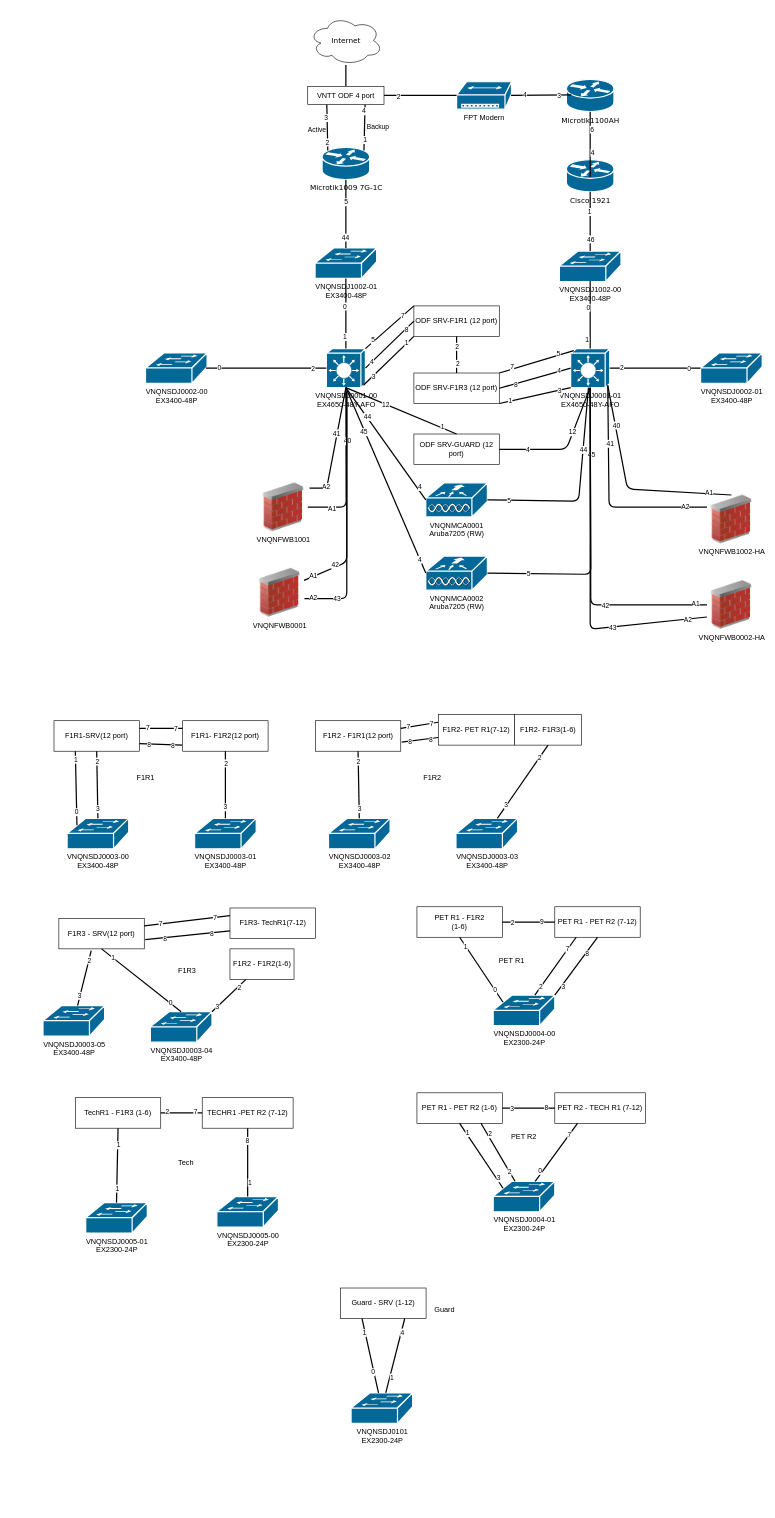
zalai/demo keeps this draw.io diagram as page "All rack" (2 of 3) of Untitled Diagram.drawio. Above is the earlier version. Source tidied: cells renumbered, new cells numbered last; positions are measured from the earlier drawing's top-left corner, leaving out a move shared by most shapes. Both pictures are drawn from the tidied source at 61%, with x=0, y=0 at pixel (43, 16).
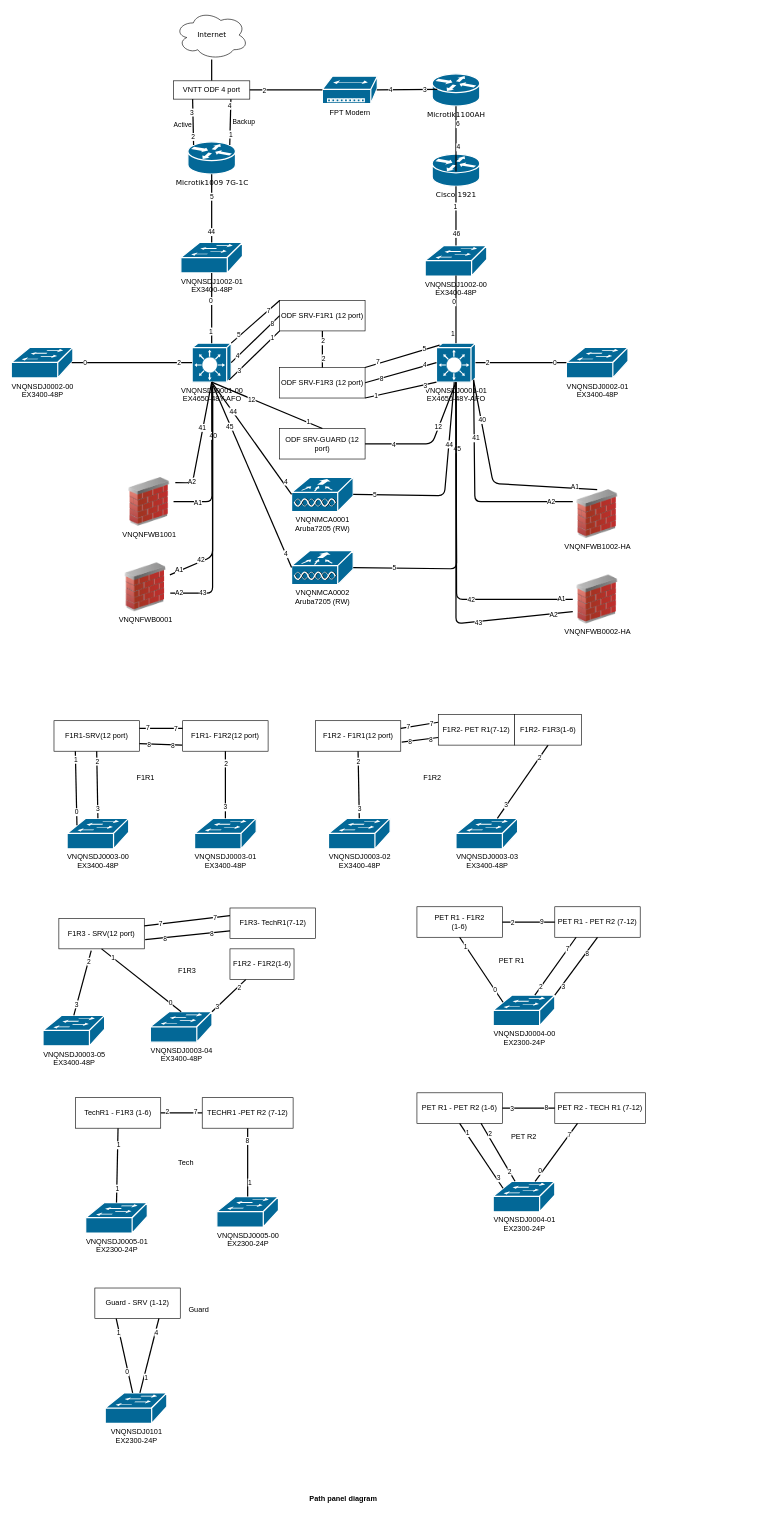
After the change.

Unchanged cells that the change refers to:
```xml
<mxCell id="162" value="F1R3 - SRV(12 port)" style="rounded=0;whiteSpace=wrap;html=1;" parent="1" vertex="1">
  <mxGeometry x="26" y="1479" width="140" height="50" as="geometry" />
</mxCell>
```

Change to the diagram source:
```diff
@@
     <mxCell id="2" value="Internet" style="ellipse;shape=cloud;whiteSpace=wrap;html=1;rounded=0;shadow=0;comic=0;strokeWidth=1;fontFamily=Verdana;fontSize=12;" parent="1" vertex="1">
-      <mxGeometry x="436.5" width="120" height="80" as="geometry" />
+      <mxGeometry x="216.5" y="-9" width="120" height="80" as="geometry" />
     </mxCell>
     <mxCell id="3" value="Microtik1100AH" style="shape=mxgraph.cisco.routers.router;html=1;dashed=0;fillColor=#036897;strokeColor=#ffffff;strokeWidth=2;verticalLabelPosition=bottom;verticalAlign=top;rounded=0;shadow=0;comic=0;fontFamily=Verdana;fontSize=12;" parent="1" vertex="1">
-      <mxGeometry x="858" y="103.5" width="78" height="53" as="geometry" />
+      <mxGeometry x="638" y="94.5" width="78" height="53" as="geometry" />
     </mxCell>
@@
     <mxCell id="5" value="Microtik1009 7G-1C" style="shape=mxgraph.cisco.routers.router;html=1;dashed=0;fillColor=#036897;strokeColor=#ffffff;strokeWidth=2;verticalLabelPosition=bottom;verticalAlign=top;rounded=0;shadow=0;comic=0;fontFamily=Verdana;fontSize=12;" parent="1" vertex="1">
-      <mxGeometry x="457.5" y="215" width="78" height="53" as="geometry" />
+      <mxGeometry x="237.5" y="206" width="78" height="53" as="geometry" />
     </mxCell>
     <mxCell id="6" value="VNQNFWB1002-HA" style="image;html=1;image=img/lib/clip_art/networking/Firewall_02_128x128.png;" parent="1" vertex="1">
-      <mxGeometry x="1088.5" y="785" width="80" height="80" as="geometry" />
+      <mxGeometry x="868.5" y="776" width="80" height="80" as="geometry" />
     </mxCell>
     <mxCell id="7" value="VNQNSDJ1002-00&lt;br&gt;EX3400-48P" style="shape=mxgraph.cisco.switches.workgroup_switch;sketch=0;html=1;dashed=0;fillColor=#036897;strokeColor=#ffffff;strokeWidth=2;verticalLabelPosition=bottom;verticalAlign=top;align=center;outlineConnect=0;" parent="1" vertex="1">
-      <mxGeometry x="846.5" y="385" width="101" height="50" as="geometry" />
+      <mxGeometry x="626.5" y="376" width="101" height="50" as="geometry" />
     </mxCell>
     <mxCell id="8" value="VNQNSDJ0001-00&lt;br&gt;EX4650-48Y-AFO" style="shape=mxgraph.cisco.switches.layer_3_switch;sketch=0;html=1;dashed=0;fillColor=#036897;strokeColor=#ffffff;strokeWidth=2;verticalLabelPosition=bottom;verticalAlign=top;align=center;outlineConnect=0;" parent="1" vertex="1">
-      <mxGeometry x="464.5" y="545" width="64" height="64" as="geometry" />
+      <mxGeometry x="244.5" y="536" width="64" height="64" as="geometry" />
     </mxCell>
     <mxCell id="9" value="FPT Modern" style="shape=mxgraph.cisco.hubs_and_gateways.small_hub;sketch=0;html=1;dashed=0;fillColor=#036897;strokeColor=#ffffff;strokeWidth=2;verticalLabelPosition=bottom;verticalAlign=top;align=center;outlineConnect=0;" parent="1" vertex="1">
-      <mxGeometry x="678" y="107.5" width="90" height="45" as="geometry" />
+      <mxGeometry x="458" y="98.5" width="90" height="45" as="geometry" />
     </mxCell>
     <mxCell id="10" value="VNQNMCA0001&lt;br&gt;Aruba7205 (RW)" style="shape=mxgraph.cisco.wireless.wlan_controller;sketch=0;html=1;dashed=0;fillColor=#036897;strokeColor=#ffffff;strokeWidth=2;verticalLabelPosition=bottom;verticalAlign=top;align=center;outlineConnect=0;" parent="1" vertex="1">
-      <mxGeometry x="627.5" y="765" width="101" height="56" as="geometry" />
+      <mxGeometry x="407.5" y="756" width="101" height="56" as="geometry" />
     </mxCell>
     <mxCell id="11" style="rounded=0;jettySize=auto;html=1;entryX=0.88;entryY=0.1;entryDx=0;entryDy=0;entryPerimeter=0;strokeWidth=2;endArrow=none;endFill=0;" parent="1" edge="1" target="5">
       <mxGeometry relative="1" as="geometry">
-        <mxPoint x="528" y="145" as="sourcePoint" />
+        <mxPoint x="308" y="136" as="sourcePoint" />
       </mxGeometry>
     </mxCell>
@@
     <mxCell id="15" value="VNTT ODF 4 port" style="rounded=0;whiteSpace=wrap;html=1;" parent="1" vertex="1">
-      <mxGeometry x="434" y="115" width="125" height="30" as="geometry" />
+      <mxGeometry x="214" y="106" width="125" height="30" as="geometry" />
     </mxCell>
     <mxCell id="16" value="VNQNFWB0001" style="image;html=1;image=img/lib/clip_art/networking/Firewall_02_128x128.png;" parent="1" vertex="1">
-      <mxGeometry x="348" y="905" width="80" height="80" as="geometry" />
+      <mxGeometry x="128" y="896" width="80" height="80" as="geometry" />
     </mxCell>
     <mxCell id="17" value="VNQNFWB0002-HA" style="image;html=1;image=img/lib/clip_art/networking/Firewall_02_128x128.png;" parent="1" vertex="1">
-      <mxGeometry x="1088.5" y="925" width="80" height="80" as="geometry" />
+      <mxGeometry x="868.5" y="916" width="80" height="80" as="geometry" />
     </mxCell>
     <mxCell id="18" value="VNQNFWB1001" style="image;html=1;image=img/lib/clip_art/networking/Firewall_02_128x128.png;" parent="1" vertex="1">
-      <mxGeometry x="354" y="765" width="80" height="80" as="geometry" />
+      <mxGeometry x="134" y="756" width="80" height="80" as="geometry" />
     </mxCell>
     <mxCell id="19" value="VNQNSDJ0001-01&lt;br&gt;EX4650-48Y-AFO" style="shape=mxgraph.cisco.switches.layer_3_switch;sketch=0;html=1;dashed=0;fillColor=#036897;strokeColor=#ffffff;strokeWidth=2;verticalLabelPosition=bottom;verticalAlign=top;align=center;outlineConnect=0;" parent="1" vertex="1">
-      <mxGeometry x="865" y="545" width="64" height="64" as="geometry" />
+      <mxGeometry x="645" y="536" width="64" height="64" as="geometry" />
     </mxCell>
     <mxCell id="20" value="VNQNSDJ0002-00&lt;br&gt;EX3400-48P" style="shape=mxgraph.cisco.switches.workgroup_switch;sketch=0;html=1;dashed=0;fillColor=#036897;strokeColor=#ffffff;strokeWidth=2;verticalLabelPosition=bottom;verticalAlign=top;align=center;outlineConnect=0;" parent="1" vertex="1">
-      <mxGeometry x="168" y="552" width="101" height="50" as="geometry" />
+      <mxGeometry x="-52" y="543" width="101" height="50" as="geometry" />
     </mxCell>
     <mxCell id="21" value="VNQNSDJ0002-01&lt;br&gt;EX3400-48P" style="shape=mxgraph.cisco.switches.workgroup_switch;sketch=0;html=1;dashed=0;fillColor=#036897;strokeColor=#ffffff;strokeWidth=2;verticalLabelPosition=bottom;verticalAlign=top;align=center;outlineConnect=0;" parent="1" vertex="1">
-      <mxGeometry x="1078" y="552" width="101" height="50" as="geometry" />
+      <mxGeometry x="858" y="543" width="101" height="50" as="geometry" />
     </mxCell>
     <mxCell id="22" value="VNQNSDJ1002-01&lt;br&gt;EX3400-48P" style="shape=mxgraph.cisco.switches.workgroup_switch;sketch=0;html=1;dashed=0;fillColor=#036897;strokeColor=#ffffff;strokeWidth=2;verticalLabelPosition=bottom;verticalAlign=top;align=center;outlineConnect=0;" parent="1" vertex="1">
-      <mxGeometry x="446" y="380" width="101" height="50" as="geometry" />
+      <mxGeometry x="226" y="371" width="101" height="50" as="geometry" />
     </mxCell>
     <mxCell id="23" value="VNQNMCA0002&lt;br&gt;Aruba7205 (RW)" style="shape=mxgraph.cisco.wireless.wlan_controller;sketch=0;html=1;dashed=0;fillColor=#036897;strokeColor=#ffffff;strokeWidth=2;verticalLabelPosition=bottom;verticalAlign=top;align=center;outlineConnect=0;" parent="1" vertex="1">
-      <mxGeometry x="627.5" y="885" width="101" height="56" as="geometry" />
+      <mxGeometry x="407.5" y="876" width="101" height="56" as="geometry" />
     </mxCell>
     <mxCell id="24" value="ODF SRV-F1R1 (12 port)" style="rounded=0;whiteSpace=wrap;html=1;" parent="1" vertex="1">
-      <mxGeometry x="608" y="475" width="140" height="50" as="geometry" />
+      <mxGeometry x="388" y="466" width="140" height="50" as="geometry" />
     </mxCell>
     <mxCell id="25" value="ODF SRV-F1R3 (12 port)" style="rounded=0;whiteSpace=wrap;html=1;" parent="1" vertex="1">
-      <mxGeometry x="608" y="585" width="140" height="50" as="geometry" />
+      <mxGeometry x="388" y="576" width="140" height="50" as="geometry" />
     </mxCell>
     <mxCell id="26" value="ODF SRV-GUARD (12 port)" style="rounded=0;whiteSpace=wrap;html=1;" parent="1" vertex="1">
-      <mxGeometry x="608" y="685" width="140" height="50" as="geometry" />
+      <mxGeometry x="388" y="676" width="140" height="50" as="geometry" />
     </mxCell>
     <mxCell id="27" value="Cisco 1921" style="shape=mxgraph.cisco.routers.router;html=1;dashed=0;fillColor=#036897;strokeColor=#ffffff;strokeWidth=2;verticalLabelPosition=bottom;verticalAlign=top;rounded=0;shadow=0;comic=0;fontFamily=Verdana;fontSize=12;" parent="1" vertex="1">
-      <mxGeometry x="858" y="235" width="78" height="53" as="geometry" />
+      <mxGeometry x="638" y="226" width="78" height="53" as="geometry" />
     </mxCell>
@@
     <mxCell id="37" style="edgeStyle=none;html=1;labelBackgroundColor=none;startFill=0;endArrow=none;endFill=0;strokeWidth=2;fontFamily=Verdana;fontSize=12;exitX=0.5;exitY=0;exitDx=0;exitDy=0;exitPerimeter=0;" parent="1" edge="1" target="3">
       <mxGeometry relative="1" as="geometry">
-        <mxPoint x="897" y="263.5" as="sourcePoint" />
+        <mxPoint x="677" y="254.5" as="sourcePoint" />
       </mxGeometry>
     </mxCell>
@@
     <mxCell id="52" style="edgeStyle=none;html=1;labelBackgroundColor=none;startFill=0;endArrow=none;endFill=0;strokeWidth=2;fontFamily=Verdana;fontSize=12;exitX=0.5;exitY=1;exitDx=0;exitDy=0;entryX=1.036;entryY=0.108;entryDx=0;entryDy=0;exitPerimeter=0;entryPerimeter=0;" parent="1" edge="1" source="8" target="18">
       <mxGeometry relative="1" as="geometry">
         <Array as="points">
-          <mxPoint x="465" y="774" />
+          <mxPoint x="245" y="765" />
         </Array>
       </mxGeometry>
     </mxCell>
@@
     <mxCell id="82" style="edgeStyle=none;html=1;labelBackgroundColor=none;startFill=0;endArrow=none;endFill=0;strokeWidth=2;fontFamily=Verdana;fontSize=12;exitX=1;exitY=0.5;exitDx=0;exitDy=0;exitPerimeter=0;" parent="1" edge="1" source="10" target="19">
       <mxGeometry relative="1" as="geometry">
         <Array as="points">
-          <mxPoint x="878" y="795" />
+          <mxPoint x="658" y="786" />
         </Array>
       </mxGeometry>
     </mxCell>
@@
     <mxCell id="88" style="edgeStyle=none;html=1;labelBackgroundColor=none;startFill=0;endArrow=none;endFill=0;strokeWidth=2;fontFamily=Verdana;fontSize=12;exitX=1;exitY=0.5;exitDx=0;exitDy=0;entryX=0.5;entryY=1;entryDx=0;entryDy=0;entryPerimeter=0;" parent="1" edge="1" source="26" target="19">
       <mxGeometry relative="1" as="geometry">
         <Array as="points">
-          <mxPoint x="858" y="710" />
+          <mxPoint x="638" y="701" />
         </Array>
       </mxGeometry>
     </mxCell>
@@
     <mxCell id="94" style="edgeStyle=none;html=1;labelBackgroundColor=none;startFill=0;endArrow=none;endFill=0;strokeWidth=2;fontFamily=Verdana;fontSize=12;exitX=0.5;exitY=0;exitDx=0;exitDy=0;entryX=0.95;entryY=0.94;entryDx=0;entryDy=0;entryPerimeter=0;" parent="1" edge="1" source="6" target="19">
       <mxGeometry relative="1" as="geometry">
         <Array as="points">
-          <mxPoint x="958" y="775" />
+          <mxPoint x="738" y="766" />
         </Array>
       </mxGeometry>
     </mxCell>
@@
     <mxCell id="97" style="edgeStyle=none;html=1;labelBackgroundColor=none;startFill=0;endArrow=none;endFill=0;strokeWidth=2;fontFamily=Verdana;fontSize=12;exitX=1;exitY=0.5;exitDx=0;exitDy=0;entryX=0.5;entryY=1;entryDx=0;entryDy=0;entryPerimeter=0;exitPerimeter=0;" parent="1" edge="1" source="23" target="19">
       <mxGeometry relative="1" as="geometry">
         <Array as="points">
-          <mxPoint x="898" y="915" />
+          <mxPoint x="678" y="906" />
         </Array>
       </mxGeometry>
     </mxCell>
@@
     <mxCell id="103" style="edgeStyle=none;html=1;labelBackgroundColor=none;startFill=0;endArrow=none;endFill=0;strokeWidth=2;fontFamily=Verdana;fontSize=12;entryX=0.5;entryY=1;entryDx=0;entryDy=0;entryPerimeter=0;" parent="1" edge="1" source="18" target="8">
       <mxGeometry relative="1" as="geometry">
         <Array as="points">
-          <mxPoint x="497" y="805" />
+          <mxPoint x="277" y="796" />
         </Array>
       </mxGeometry>
     </mxCell>
@@
     <mxCell id="106" style="edgeStyle=none;html=1;labelBackgroundColor=none;startFill=0;endArrow=none;endFill=0;strokeWidth=2;fontFamily=Verdana;fontSize=12;exitX=0;exitY=0.25;exitDx=0;exitDy=0;entryX=0.95;entryY=0.94;entryDx=0;entryDy=0;entryPerimeter=0;" parent="1" edge="1" source="6" target="19">
       <mxGeometry relative="1" as="geometry">
         <Array as="points">
-          <mxPoint x="928" y="805" />
+          <mxPoint x="708" y="796" />
         </Array>
       </mxGeometry>
     </mxCell>
@@
     <mxCell id="109" style="edgeStyle=none;html=1;labelBackgroundColor=none;startFill=0;endArrow=none;endFill=0;strokeWidth=2;fontFamily=Verdana;fontSize=12;exitX=1;exitY=0.25;exitDx=0;exitDy=0;" parent="1" edge="1" source="16">
       <mxGeometry relative="1" as="geometry">
-        <mxPoint x="498" y="615" as="targetPoint" />
+        <mxPoint x="278" y="606" as="targetPoint" />
         <Array as="points">
-          <mxPoint x="498" y="895" />
+          <mxPoint x="278" y="886" />
         </Array>
       </mxGeometry>
     </mxCell>
@@
     <mxCell id="112" style="edgeStyle=none;html=1;labelBackgroundColor=none;startFill=0;endArrow=none;endFill=0;strokeWidth=2;fontFamily=Verdana;fontSize=12;exitX=0;exitY=0.5;exitDx=0;exitDy=0;entryX=0.5;entryY=1;entryDx=0;entryDy=0;entryPerimeter=0;" parent="1" edge="1" source="17" target="19">
       <mxGeometry relative="1" as="geometry">
         <Array as="points">
-          <mxPoint x="898" y="965" />
+          <mxPoint x="678" y="956" />
         </Array>
       </mxGeometry>
     </mxCell>
@@
     <mxCell id="115" style="edgeStyle=none;html=1;labelBackgroundColor=none;startFill=0;endArrow=none;endFill=0;strokeWidth=2;fontFamily=Verdana;fontSize=12;exitX=0;exitY=0.75;exitDx=0;exitDy=0;entryX=0.5;entryY=1;entryDx=0;entryDy=0;entryPerimeter=0;" parent="1" edge="1" source="17" target="19">
       <mxGeometry relative="1" as="geometry">
         <Array as="points">
-          <mxPoint x="897" y="1005" />
+          <mxPoint x="677" y="996" />
         </Array>
       </mxGeometry>
     </mxCell>
@@
     <mxCell id="121" style="edgeStyle=none;html=1;labelBackgroundColor=none;startFill=0;endArrow=none;endFill=0;strokeWidth=2;fontFamily=Verdana;fontSize=12;exitX=1.008;exitY=0.623;exitDx=0;exitDy=0;exitPerimeter=0;" parent="1" edge="1" source="16">
       <mxGeometry relative="1" as="geometry">
-        <mxPoint x="498" y="615" as="targetPoint" />
+        <mxPoint x="278" y="606" as="targetPoint" />
         <Array as="points">
-          <mxPoint x="498" y="955" />
+          <mxPoint x="278" y="946" />
         </Array>
       </mxGeometry>
     </mxCell>
@@
     <mxCell id="164" value="VNQNSDJ0003-05&lt;br&gt;EX3400-48P" style="shape=mxgraph.cisco.switches.workgroup_switch;sketch=0;html=1;dashed=0;fillColor=#036897;strokeColor=#ffffff;strokeWidth=2;verticalLabelPosition=bottom;verticalAlign=top;align=center;outlineConnect=0;" parent="1" vertex="1">
-      <mxGeometry y="1622" width="101" height="50" as="geometry" />
+      <mxGeometry y="1638" width="101" height="50" as="geometry" />
     </mxCell>
-    <mxCell id="165" style="edgeStyle=none;html=1;labelBackgroundColor=none;startFill=0;endArrow=none;endFill=0;strokeWidth=2;fontFamily=Verdana;fontSize=12;entryX=0.379;entryY=1.06;entryDx=0;entryDy=0;entryPerimeter=0;" parent="1" edge="1" source="164" target="162">
+    <mxCell id="165" style="edgeStyle=none;html=1;labelBackgroundColor=none;startFill=0;endArrow=none;endFill=0;strokeWidth=2;fontFamily=Verdana;fontSize=12;entryX=0.379;entryY=1.06;entryDx=0;entryDy=0;entryPerimeter=0;exitX=0.5;exitY=0;exitDx=0;exitDy=0;exitPerimeter=0;" parent="1" edge="1" source="164" target="162">
       <mxGeometry relative="1" as="geometry" />
     </mxCell>
@@
     <mxCell id="229" value="Guard - SRV (1-12)" style="rounded=0;whiteSpace=wrap;html=1;" parent="1" vertex="1">
-      <mxGeometry x="488" y="2085" width="140" height="50" as="geometry" />
+      <mxGeometry x="85" y="2085" width="140" height="50" as="geometry" />
     </mxCell>
     <mxCell id="230" value="Guard" style="text;html=1;align=center;verticalAlign=middle;strokeColor=none;fillColor=none;" parent="1" vertex="1">
-      <mxGeometry x="628" y="2105" width="60" height="30" as="geometry" />
+      <mxGeometry x="225" y="2105" width="60" height="30" as="geometry" />
     </mxCell>
     <mxCell id="231" value="VNQNSDJ0101&lt;br&gt;EX2300-24P" style="shape=mxgraph.cisco.switches.workgroup_switch;sketch=0;html=1;dashed=0;fillColor=#036897;strokeColor=#ffffff;strokeWidth=2;verticalLabelPosition=bottom;verticalAlign=top;align=center;outlineConnect=0;points=[[0,0.5,0,0,0],[0,0.98,0,0,0],[0.16,0.23,0,0,0],[0.5,0,0,0,0],[0.5,0.98,0,0,0],[0.87,0.74,0,0,0],[0.98,0.5,0,0,0],[1,0,0,0,0]];" parent="1" vertex="1">
-      <mxGeometry x="505" y="2257" width="101" height="50" as="geometry" />
+      <mxGeometry x="102" y="2257" width="101" height="50" as="geometry" />
     </mxCell>
@@
+    <mxCell id="238" value="Path panel diagram" style="text;html=1;align=center;verticalAlign=middle;strokeColor=none;fillColor=none;fontStyle=1;" parent="1" vertex="1">
+      <mxGeometry x="411.5" y="2415" width="160" height="30" as="geometry" />
+    </mxCell>
```
